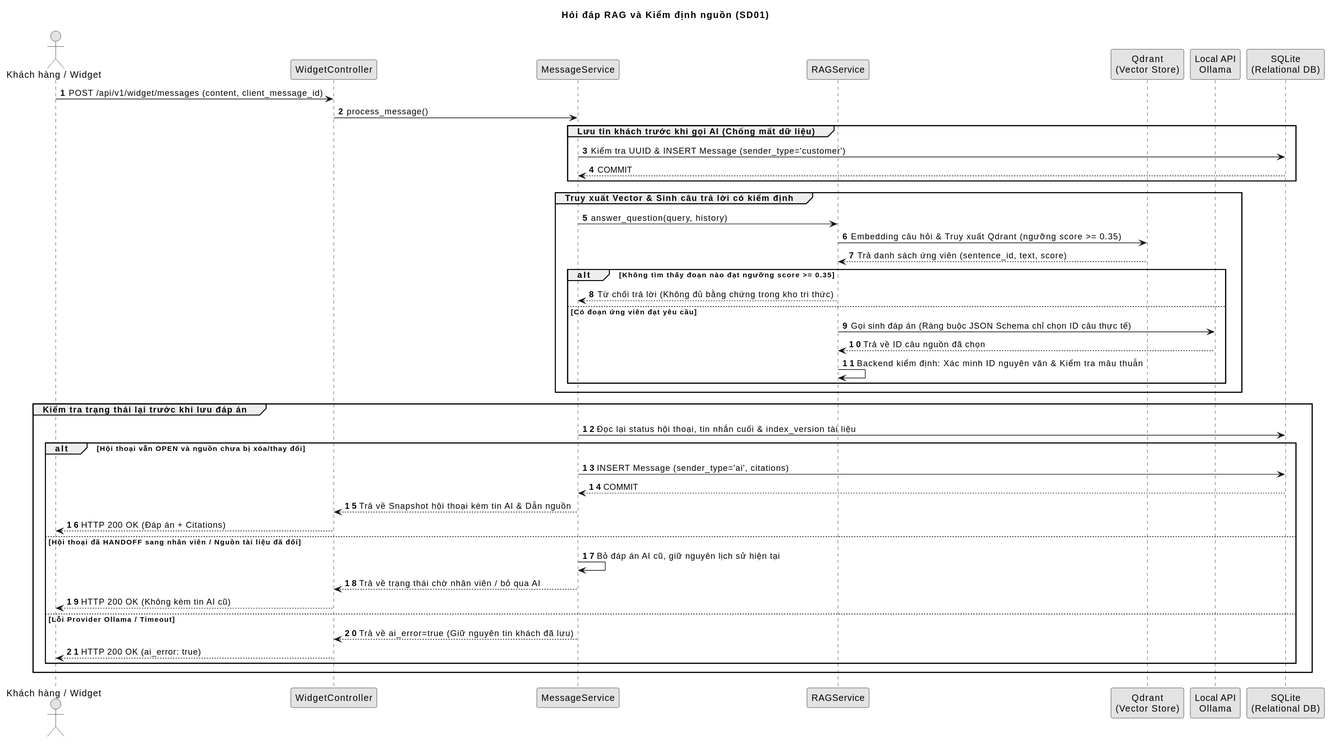
This is docs/diagrams/sequence/SD01.svg from nvkdzvcl/DACN_RAG, a PlantUML export, as it was before one commit.
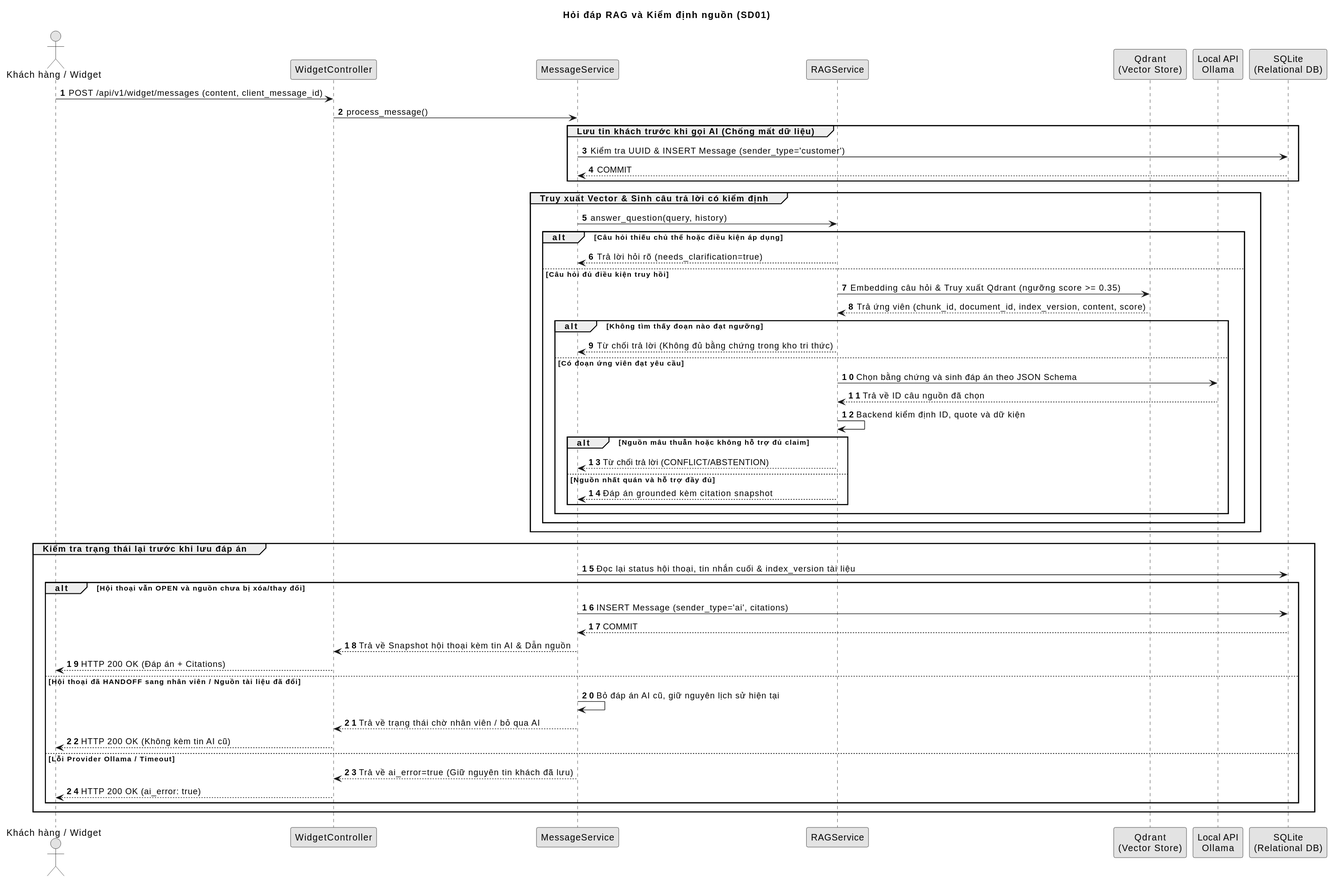
Later version of the same file.

What changed in the source:
```diff
@@ -21,16 +21,26 @@
     DB --> MsgSvc: COMMIT
 end
 
+
 group Truy xuất Vector & Sinh câu trả lời có kiểm định
     MsgSvc -> RAG: answer_question(query, history)
-    RAG -> Vec: Embedding câu hỏi & Truy xuất Qdrant (ngưỡng score >= 0.35)
-    Vec --> RAG: Trả danh sách ứng viên (sentence_id, text, score)
-    alt Không tìm thấy đoạn nào đạt ngưỡng score >= 0.35
-        RAG --> MsgSvc: Từ chối trả lời (Không đủ bằng chứng trong kho tri thức)
-    else Có đoạn ứng viên đạt yêu cầu
-        RAG -> LLM: Gọi sinh đáp án (Ràng buộc JSON Schema chỉ chọn ID câu thực tế)
-        LLM --> RAG: Trả về ID câu nguồn đã chọn
-        RAG -> RAG: Backend kiểm định: Xác minh ID nguyên văn & Kiểm tra mâu thuẫn
+    alt Câu hỏi thiếu chủ thể hoặc điều kiện áp dụng
+        RAG --> MsgSvc: Trả lời hỏi rõ (needs_clarification=true)
+    else Câu hỏi đủ điều kiện truy hồi
+        RAG -> Vec: Embedding câu hỏi & Truy xuất Qdrant (ngưỡng score >= 0.35)
+        Vec --> RAG: Trả ứng viên (chunk_id, document_id, index_version, content, score)
+        alt Không tìm thấy đoạn nào đạt ngưỡng
+            RAG --> MsgSvc: Từ chối trả lời (Không đủ bằng chứng trong kho tri thức)
+        else Có đoạn ứng viên đạt yêu cầu
+            RAG -> LLM: Chọn bằng chứng và sinh đáp án theo JSON Schema
+            LLM --> RAG: Trả về ID câu nguồn đã chọn
+            RAG -> RAG: Backend kiểm định ID, quote và dữ kiện
+            alt Nguồn mâu thuẫn hoặc không hỗ trợ đủ claim
+                RAG --> MsgSvc: Từ chối trả lời (CONFLICT/ABSTENTION)
+            else Nguồn nhất quán và hỗ trợ đầy đủ
+                RAG --> MsgSvc: Đáp án grounded kèm citation snapshot
+            end
+        end
     end
 end
 
```
